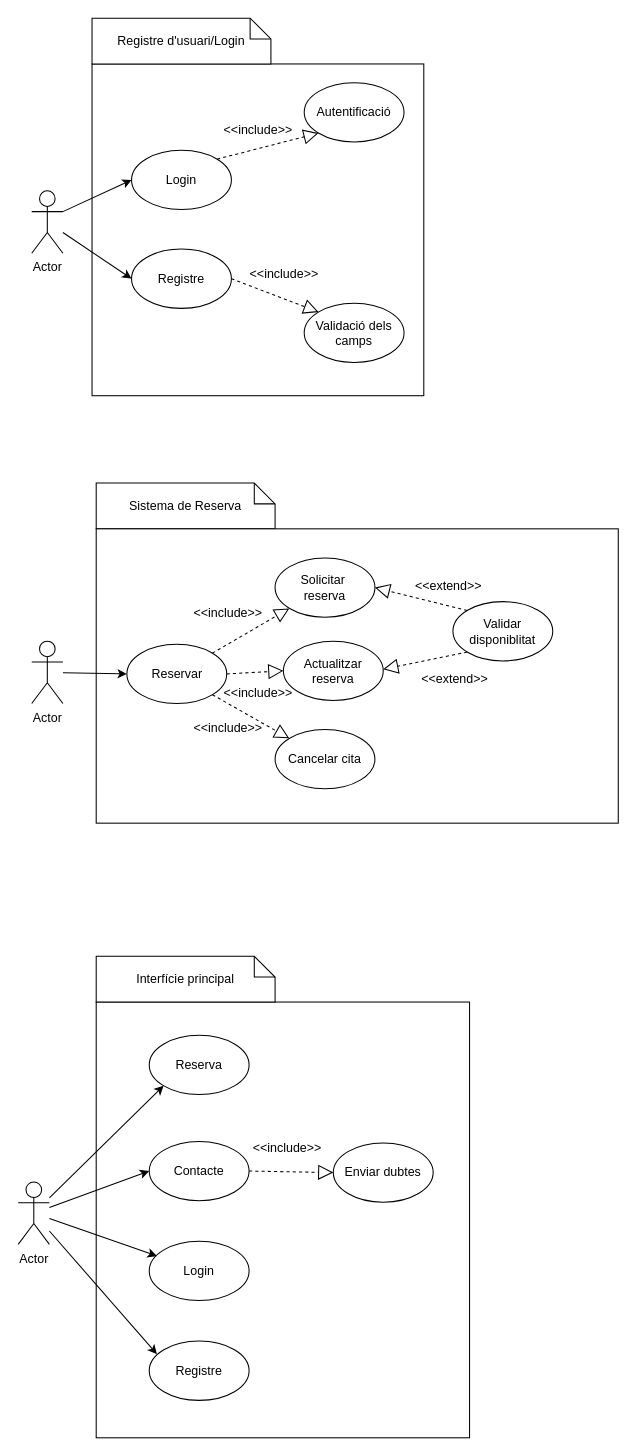
Earlier version of the draw.io diagram diagrams/Registre.drawio (aferrero-hue/Codi-Complet). Source tidied: cells renumbered, new cells numbered last; positions are measured from the earlier drawing's top-left corner, leaving out a move shared by most shapes. Both pictures are drawn from the tidied source at 104%, with x=0, y=0 at pixel (18, 18).
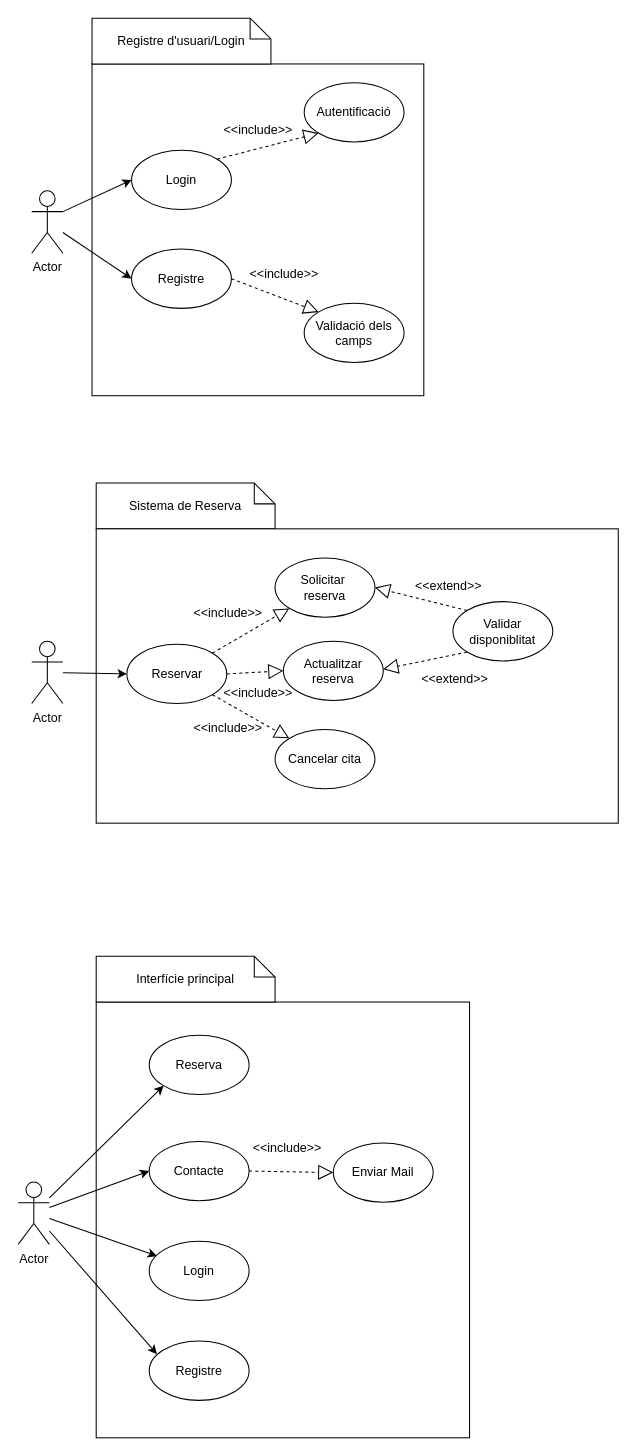
The same diagram, later.

What changed in the source:
```diff
@@
-    <mxCell id="40" value="Enviar dubtes" style="ellipse;whiteSpace=wrap;html=1;" parent="1" vertex="1">
+    <mxCell id="40" value="Enviar Mail" style="ellipse;whiteSpace=wrap;html=1;" parent="1" vertex="1">
       <mxGeometry x="303" y="1081.5" width="96" height="57" as="geometry" />
     </mxCell>
```
